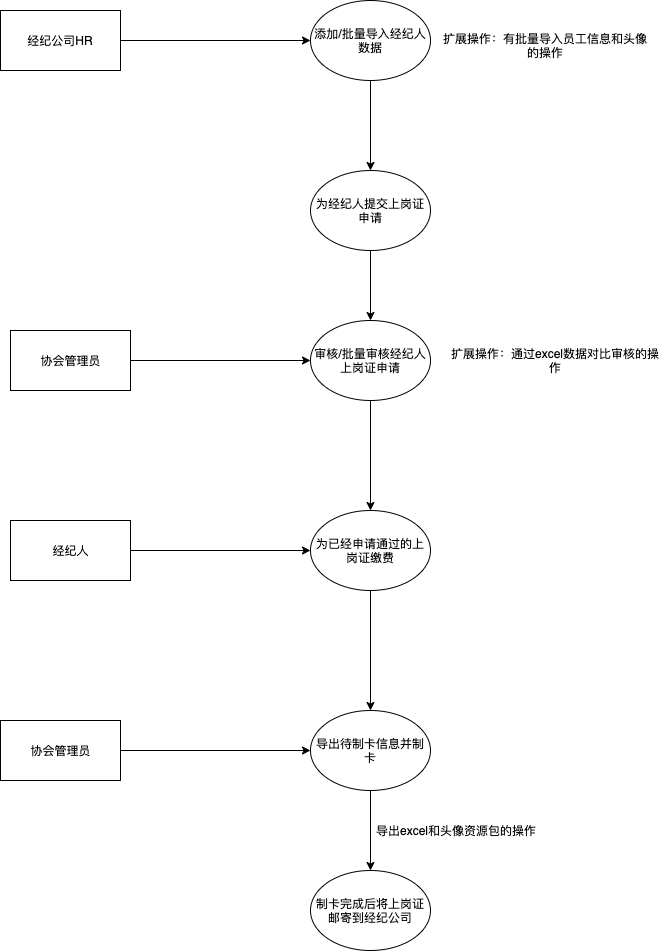
This is docs/credit/imgs/sjl2.png from evildoerX/hyperledger-credit, a draw.io export, as it was before one commit. Source tidied: cells renumbered, new cells last; positions are measured from the earlier drawing's top-left corner, leaving out a move shared by most shapes. Its diagram source:
```xml
<mxGraphModel>
  <root>
    <mxCell id="0" />
    <mxCell id="1" parent="0" />
    <mxCell id="2" style="edgeStyle=orthogonalEdgeStyle;rounded=0;jettySize=auto;html=1;exitX=0.5;exitY=1;exitDx=0;exitDy=0;" parent="1" edge="1" source="3" target="16">
      <mxGeometry relative="1" as="geometry" />
    </mxCell>
    <mxCell id="3" value="添加/批量导入经纪人数据" style="ellipse;whiteSpace=wrap;html=1;" parent="1" vertex="1">
      <mxGeometry x="310" width="120" height="80" as="geometry" />
    </mxCell>
    <mxCell id="4" style="edgeStyle=orthogonalEdgeStyle;rounded=0;jettySize=auto;html=1;exitX=0.5;exitY=1;exitDx=0;exitDy=0;entryX=0.5;entryY=0;entryDx=0;entryDy=0;" parent="1" edge="1" source="5" target="7">
      <mxGeometry relative="1" as="geometry" />
    </mxCell>
    <mxCell id="5" value="审核/批量审核经纪人上岗证申请" style="ellipse;whiteSpace=wrap;html=1;" parent="1" vertex="1">
      <mxGeometry x="310" y="320" width="120" height="80" as="geometry" />
    </mxCell>
    <mxCell id="6" style="edgeStyle=orthogonalEdgeStyle;rounded=0;jettySize=auto;html=1;exitX=0.5;exitY=1;exitDx=0;exitDy=0;entryX=0.5;entryY=0;entryDx=0;entryDy=0;" parent="1" edge="1" source="7" target="9">
      <mxGeometry relative="1" as="geometry" />
    </mxCell>
    <mxCell id="7" value="为已经申请通过的上岗证缴费" style="ellipse;whiteSpace=wrap;html=1;" parent="1" vertex="1">
      <mxGeometry x="310" y="510" width="120" height="80" as="geometry" />
    </mxCell>
    <mxCell id="8" style="edgeStyle=orthogonalEdgeStyle;rounded=0;jettySize=auto;html=1;exitX=0.5;exitY=1;exitDx=0;exitDy=0;entryX=0.5;entryY=0;entryDx=0;entryDy=0;" parent="1" edge="1" source="9" target="23">
      <mxGeometry relative="1" as="geometry" />
    </mxCell>
    <mxCell id="9" value="导出待制卡信息并制卡" style="ellipse;whiteSpace=wrap;html=1;" parent="1" vertex="1">
      <mxGeometry x="310" y="710" width="120" height="80" as="geometry" />
    </mxCell>
    <mxCell id="10" value="扩展操作：有批量导入员工信息和头像的操作" style="text;html=1;strokeColor=none;fillColor=none;align=center;verticalAlign=middle;whiteSpace=wrap;rounded=0;" parent="1" vertex="1">
      <mxGeometry x="440" y="30" width="210" height="30" as="geometry" />
    </mxCell>
    <mxCell id="11" value="扩展操作：通过excel数据对比审核的操作" style="text;html=1;strokeColor=none;fillColor=none;align=center;verticalAlign=middle;whiteSpace=wrap;rounded=0;" parent="1" vertex="1">
      <mxGeometry x="450" y="345" width="210" height="30" as="geometry" />
    </mxCell>
    <mxCell id="12" value="导出excel和头像资源包的操作" style="text;html=1;strokeColor=none;fillColor=none;align=center;verticalAlign=middle;whiteSpace=wrap;rounded=0;" parent="1" vertex="1">
      <mxGeometry x="350" y="815" width="210" height="30" as="geometry" />
    </mxCell>
    <mxCell id="13" style="edgeStyle=orthogonalEdgeStyle;rounded=0;jettySize=auto;html=1;exitX=1;exitY=0.5;exitDx=0;exitDy=0;entryX=0;entryY=0.5;entryDx=0;entryDy=0;" parent="1" edge="1" source="14" target="3">
      <mxGeometry relative="1" as="geometry" />
    </mxCell>
    <mxCell id="14" value="经纪公司HR" style="rounded=0;whiteSpace=wrap;html=1;" parent="1" vertex="1">
      <mxGeometry y="10" width="120" height="60" as="geometry" />
    </mxCell>
    <mxCell id="15" style="edgeStyle=orthogonalEdgeStyle;rounded=0;jettySize=auto;html=1;exitX=0.5;exitY=1;exitDx=0;exitDy=0;entryX=0.5;entryY=0;entryDx=0;entryDy=0;" parent="1" edge="1" source="16" target="5">
      <mxGeometry relative="1" as="geometry" />
    </mxCell>
    <mxCell id="16" value="为经纪人提交上岗证申请" style="ellipse;whiteSpace=wrap;html=1;" parent="1" vertex="1">
      <mxGeometry x="310" y="170" width="120" height="80" as="geometry" />
    </mxCell>
    <mxCell id="17" style="edgeStyle=orthogonalEdgeStyle;rounded=0;jettySize=auto;html=1;exitX=1;exitY=0.5;exitDx=0;exitDy=0;entryX=0;entryY=0.5;entryDx=0;entryDy=0;" parent="1" edge="1" source="18" target="5">
      <mxGeometry relative="1" as="geometry" />
    </mxCell>
    <mxCell id="18" value="协会管理员" style="rounded=0;whiteSpace=wrap;html=1;" parent="1" vertex="1">
      <mxGeometry x="10" y="330" width="120" height="60" as="geometry" />
    </mxCell>
    <mxCell id="19" style="edgeStyle=orthogonalEdgeStyle;rounded=0;jettySize=auto;html=1;exitX=1;exitY=0.5;exitDx=0;exitDy=0;" parent="1" edge="1" source="20" target="7">
      <mxGeometry relative="1" as="geometry" />
    </mxCell>
    <mxCell id="20" value="经纪人" style="rounded=0;whiteSpace=wrap;html=1;" parent="1" vertex="1">
      <mxGeometry x="10" y="520" width="120" height="60" as="geometry" />
    </mxCell>
    <mxCell id="21" style="edgeStyle=orthogonalEdgeStyle;rounded=0;jettySize=auto;html=1;exitX=1;exitY=0.5;exitDx=0;exitDy=0;" parent="1" edge="1" source="22" target="9">
      <mxGeometry relative="1" as="geometry" />
    </mxCell>
    <mxCell id="22" value="协会管理员" style="rounded=0;whiteSpace=wrap;html=1;" parent="1" vertex="1">
      <mxGeometry y="720" width="120" height="60" as="geometry" />
    </mxCell>
    <mxCell id="23" value="制卡完成后将上岗证邮寄到经纪公司" style="ellipse;whiteSpace=wrap;html=1;" parent="1" vertex="1">
      <mxGeometry x="310" y="870" width="120" height="80" as="geometry" />
    </mxCell>
  </root>
</mxGraphModel>
```
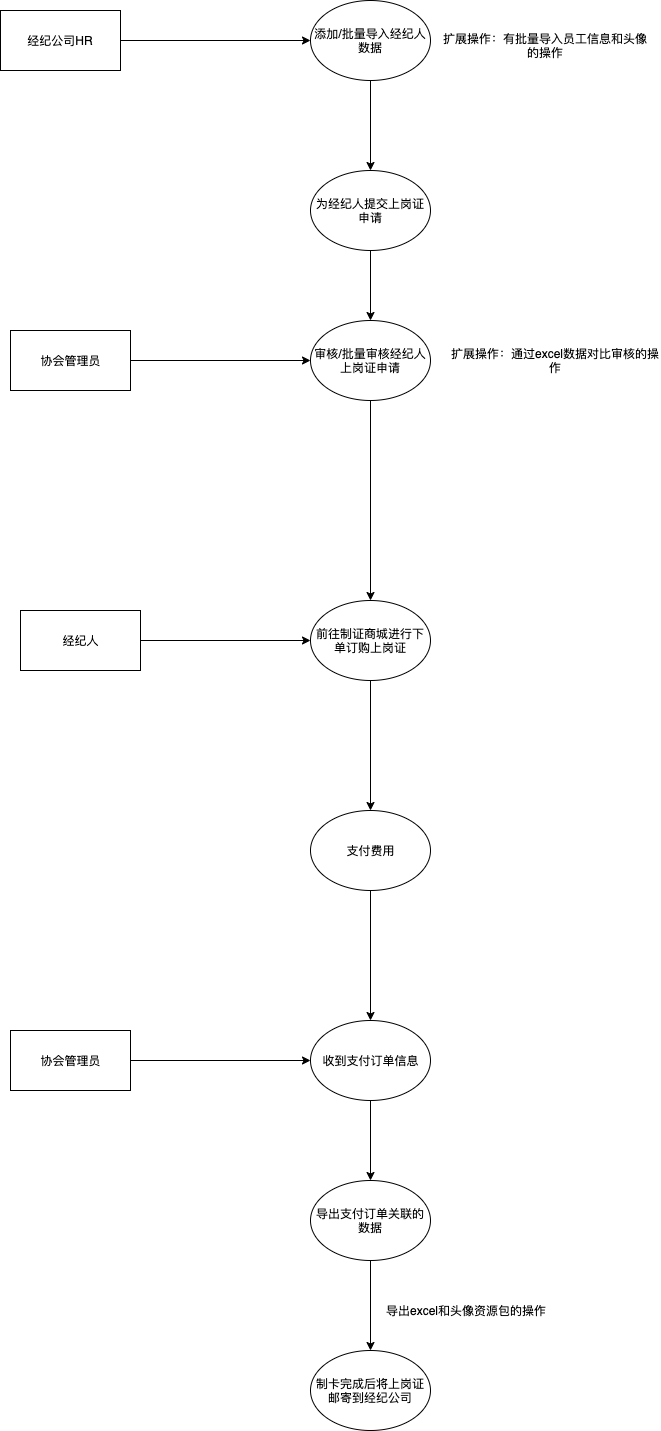
After the change.

What changed in the source:
```diff
@@ -8,7 +8,7 @@
     <mxCell id="3" value="添加/批量导入经纪人数据" style="ellipse;whiteSpace=wrap;html=1;" parent="1" vertex="1">
       <mxGeometry x="310" width="120" height="80" as="geometry" />
     </mxCell>
-    <mxCell id="4" style="edgeStyle=orthogonalEdgeStyle;rounded=0;jettySize=auto;html=1;exitX=0.5;exitY=1;exitDx=0;exitDy=0;entryX=0.5;entryY=0;entryDx=0;entryDy=0;" parent="1" edge="1" source="5" target="7">
+    <mxCell id="4" style="edgeStyle=orthogonalEdgeStyle;rounded=0;jettySize=auto;html=1;exitX=0.5;exitY=1;exitDx=0;exitDy=0;" parent="1" edge="1" source="5" target="25">
       <mxGeometry relative="1" as="geometry" />
     </mxCell>
     <mxCell id="5" value="审核/批量审核经纪人上岗证申请" style="ellipse;whiteSpace=wrap;html=1;" parent="1" vertex="1">
@@ -17,14 +17,14 @@
     <mxCell id="6" style="edgeStyle=orthogonalEdgeStyle;rounded=0;jettySize=auto;html=1;exitX=0.5;exitY=1;exitDx=0;exitDy=0;entryX=0.5;entryY=0;entryDx=0;entryDy=0;" parent="1" edge="1" source="7" target="9">
       <mxGeometry relative="1" as="geometry" />
     </mxCell>
-    <mxCell id="7" value="为已经申请通过的上岗证缴费" style="ellipse;whiteSpace=wrap;html=1;" parent="1" vertex="1">
-      <mxGeometry x="310" y="510" width="120" height="80" as="geometry" />
+    <mxCell id="7" value="支付费用" style="ellipse;whiteSpace=wrap;html=1;" parent="1" vertex="1">
+      <mxGeometry x="310" y="810" width="120" height="80" as="geometry" />
     </mxCell>
-    <mxCell id="8" style="edgeStyle=orthogonalEdgeStyle;rounded=0;jettySize=auto;html=1;exitX=0.5;exitY=1;exitDx=0;exitDy=0;entryX=0.5;entryY=0;entryDx=0;entryDy=0;" parent="1" edge="1" source="9" target="23">
+    <mxCell id="8" style="edgeStyle=orthogonalEdgeStyle;rounded=0;jettySize=auto;html=1;exitX=0.5;exitY=1;exitDx=0;exitDy=0;entryX=0.5;entryY=0;entryDx=0;entryDy=0;" parent="1" edge="1" source="26" target="23">
       <mxGeometry relative="1" as="geometry" />
     </mxCell>
-    <mxCell id="9" value="导出待制卡信息并制卡" style="ellipse;whiteSpace=wrap;html=1;" parent="1" vertex="1">
-      <mxGeometry x="310" y="710" width="120" height="80" as="geometry" />
+    <mxCell id="9" value="收到支付订单信息" style="ellipse;whiteSpace=wrap;html=1;" parent="1" vertex="1">
+      <mxGeometry x="310" y="1020" width="120" height="80" as="geometry" />
     </mxCell>
     <mxCell id="10" value="扩展操作：有批量导入员工信息和头像的操作" style="text;html=1;strokeColor=none;fillColor=none;align=center;verticalAlign=middle;whiteSpace=wrap;rounded=0;" parent="1" vertex="1">
       <mxGeometry x="440" y="30" width="210" height="30" as="geometry" />
@@ -33,7 +33,7 @@
       <mxGeometry x="450" y="345" width="210" height="30" as="geometry" />
     </mxCell>
     <mxCell id="12" value="导出excel和头像资源包的操作" style="text;html=1;strokeColor=none;fillColor=none;align=center;verticalAlign=middle;whiteSpace=wrap;rounded=0;" parent="1" vertex="1">
-      <mxGeometry x="350" y="815" width="210" height="30" as="geometry" />
+      <mxGeometry x="360" y="1295" width="210" height="30" as="geometry" />
     </mxCell>
     <mxCell id="13" style="edgeStyle=orthogonalEdgeStyle;rounded=0;jettySize=auto;html=1;exitX=1;exitY=0.5;exitDx=0;exitDy=0;entryX=0;entryY=0.5;entryDx=0;entryDy=0;" parent="1" edge="1" source="14" target="3">
       <mxGeometry relative="1" as="geometry" />
@@ -53,20 +53,32 @@
     <mxCell id="18" value="协会管理员" style="rounded=0;whiteSpace=wrap;html=1;" parent="1" vertex="1">
       <mxGeometry x="10" y="330" width="120" height="60" as="geometry" />
     </mxCell>
-    <mxCell id="19" style="edgeStyle=orthogonalEdgeStyle;rounded=0;jettySize=auto;html=1;exitX=1;exitY=0.5;exitDx=0;exitDy=0;" parent="1" edge="1" source="20" target="7">
+    <mxCell id="19" style="edgeStyle=orthogonalEdgeStyle;rounded=0;jettySize=auto;html=1;exitX=1;exitY=0.5;exitDx=0;exitDy=0;entryX=0;entryY=0.5;entryDx=0;entryDy=0;" parent="1" edge="1" source="20" target="25">
       <mxGeometry relative="1" as="geometry" />
     </mxCell>
     <mxCell id="20" value="经纪人" style="rounded=0;whiteSpace=wrap;html=1;" parent="1" vertex="1">
-      <mxGeometry x="10" y="520" width="120" height="60" as="geometry" />
+      <mxGeometry x="20" y="610" width="120" height="60" as="geometry" />
     </mxCell>
     <mxCell id="21" style="edgeStyle=orthogonalEdgeStyle;rounded=0;jettySize=auto;html=1;exitX=1;exitY=0.5;exitDx=0;exitDy=0;" parent="1" edge="1" source="22" target="9">
       <mxGeometry relative="1" as="geometry" />
     </mxCell>
     <mxCell id="22" value="协会管理员" style="rounded=0;whiteSpace=wrap;html=1;" parent="1" vertex="1">
-      <mxGeometry y="720" width="120" height="60" as="geometry" />
+      <mxGeometry x="10" y="1030" width="120" height="60" as="geometry" />
     </mxCell>
     <mxCell id="23" value="制卡完成后将上岗证邮寄到经纪公司" style="ellipse;whiteSpace=wrap;html=1;" parent="1" vertex="1">
-      <mxGeometry x="310" y="870" width="120" height="80" as="geometry" />
+      <mxGeometry x="310" y="1350" width="120" height="80" as="geometry" />
     </mxCell>
+    <mxCell id="24" style="edgeStyle=orthogonalEdgeStyle;rounded=0;jettySize=auto;html=1;exitX=0.5;exitY=1;exitDx=0;exitDy=0;" parent="1" edge="1" source="25" target="7">
+      <mxGeometry relative="1" as="geometry" />
+    </mxCell>
+    <mxCell id="25" value="前往制证商城进行下单订购上岗证" style="ellipse;whiteSpace=wrap;html=1;" parent="1" vertex="1">
+      <mxGeometry x="310" y="600" width="120" height="80" as="geometry" />
+    </mxCell>
+    <mxCell id="26" value="导出支付订单关联的数据" style="ellipse;whiteSpace=wrap;html=1;" parent="1" vertex="1">
+      <mxGeometry x="310" y="1180" width="120" height="80" as="geometry" />
+    </mxCell>
+    <mxCell id="27" style="edgeStyle=orthogonalEdgeStyle;rounded=0;jettySize=auto;html=1;exitX=0.5;exitY=1;exitDx=0;exitDy=0;entryX=0.5;entryY=0;entryDx=0;entryDy=0;" parent="1" edge="1" source="9" target="26">
+      <mxGeometry relative="1" as="geometry" />
+    </mxCell>
   </root>
 </mxGraphModel>
```
